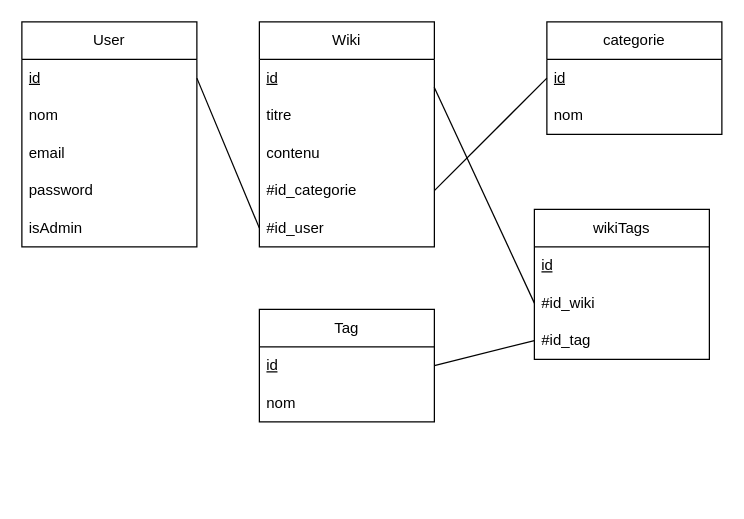
Before: diagramMLD.drawio in IBNESSAYEH/WIKI, a draw.io diagram. Source tidied: cells renumbered, new cells numbered last; positions are measured from the earlier drawing's top-left corner, leaving out a move shared by most shapes. Both pictures are drawn from the tidied source at 125%, with x=0, y=0 at pixel (21, 21).
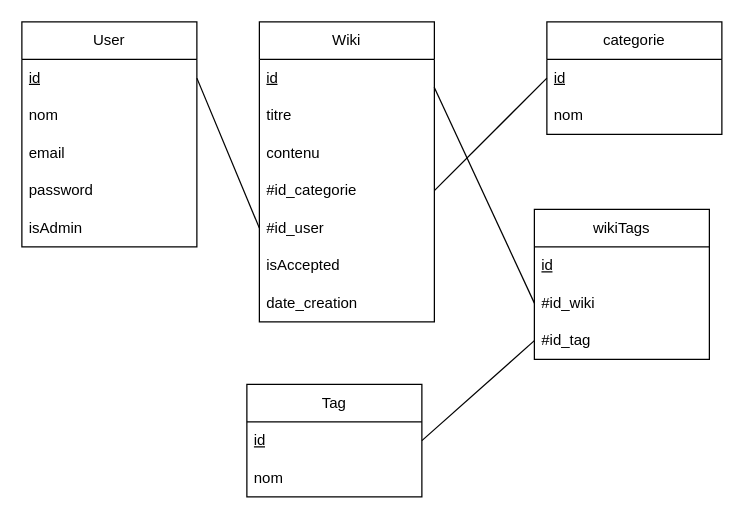
The same page after the edit.

The edit, as a diff of the source:
```diff
@@
     <mxCell id="8" value="Wiki" style="swimlane;fontStyle=0;horizontal=1;startSize=30;whiteSpace=wrap;html=1;" parent="1" vertex="1">
-      <mxGeometry x="190" width="140" height="180" as="geometry" />
+      <mxGeometry x="190" width="140" height="240" as="geometry" />
     </mxCell>
@@
+    <mxCell id="28" value="isAccepted" style="text;strokeColor=none;fillColor=none;align=left;verticalAlign=middle;spacingLeft=4;spacingRight=4;overflow=hidden;whiteSpace=wrap;html=1;" parent="8" vertex="1">
+      <mxGeometry y="180" width="140" height="30" as="geometry" />
+    </mxCell>
+    <mxCell id="29" value="date_creation" style="text;strokeColor=none;fillColor=none;align=left;verticalAlign=middle;spacingLeft=4;spacingRight=4;overflow=hidden;whiteSpace=wrap;html=1;" parent="8" vertex="1">
+      <mxGeometry y="210" width="140" height="30" as="geometry" />
+    </mxCell>
@@
     <mxCell id="24" value="Tag" style="swimlane;fontStyle=0;horizontal=1;startSize=30;whiteSpace=wrap;html=1;" parent="1" vertex="1">
-      <mxGeometry x="190" y="230" width="140" height="90" as="geometry" />
+      <mxGeometry x="180" y="290" width="140" height="90" as="geometry" />
     </mxCell>
```
